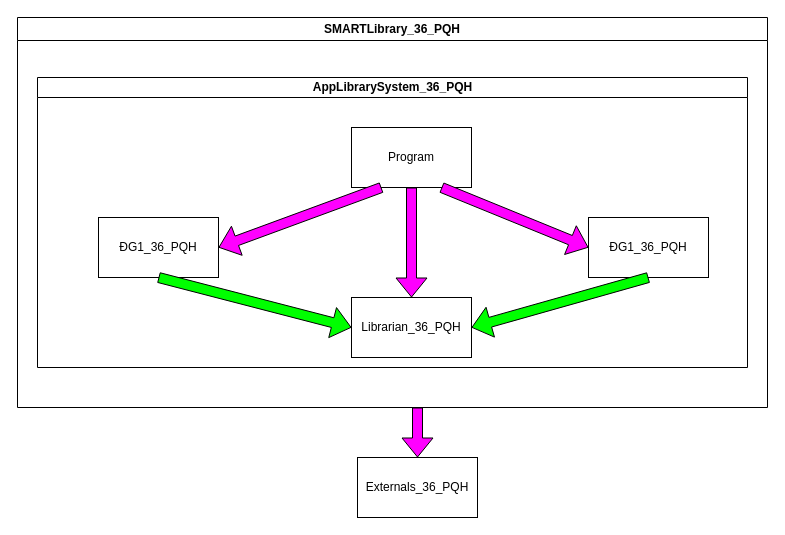
Before: Biểu đồ không có tiêu đề.drawio in phamquanghuy-1316/sortArchitech, a draw.io diagram. Source tidied: cells renumbered, new cells numbered last; positions are measured from the earlier drawing's top-left corner, leaving out a move shared by most shapes. Both pictures are drawn from the tidied source at 100%, with x=0, y=0 at pixel (17, 17).
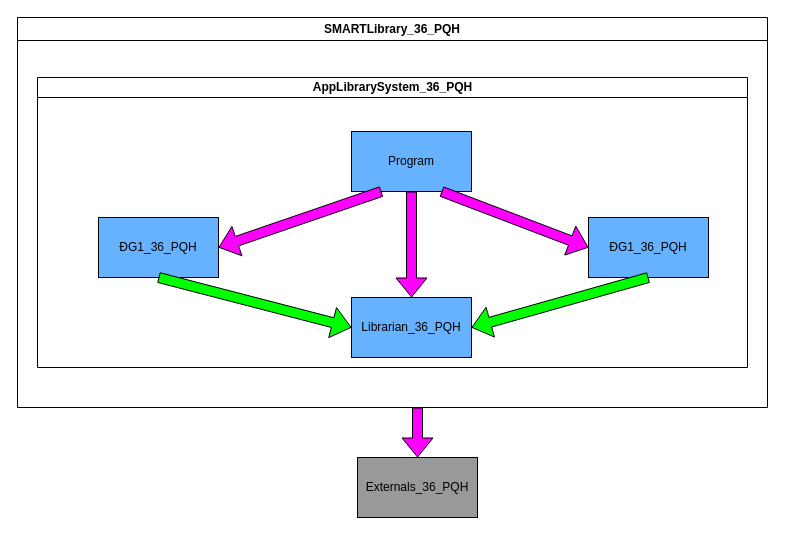
The same diagram, later.

Commit message (it also covers changes not shown here):
Cập nhật Biểu đồ không có tiêu đề.drawio

The edit, as a diff of the source:
```diff
@@
 <mxGraphModel>
   <root>
     <mxCell id="0" />
     <mxCell id="1" parent="0" />
     <mxCell id="2" value="SMARTLibrary_36_PQH" style="swimlane;whiteSpace=wrap;html=1;" parent="1" vertex="1">
       <mxGeometry width="750" height="390" as="geometry" />
     </mxCell>
     <mxCell id="3" value="AppLibrarySystem_36_PQH" style="swimlane;html=1;startSize=20;horizontal=1;containerType=tree;glass=0;" parent="2" vertex="1">
       <mxGeometry x="20" y="60" width="710" height="290" as="geometry" />
     </mxCell>
     <mxCell id="4" style="edgeStyle=orthogonalEdgeStyle;rounded=0;jettySize=auto;html=1;shape=flexArrow;fillColor=#FF00FF;" parent="3" edge="1" source="5" target="8">
       <mxGeometry relative="1" as="geometry" />
     </mxCell>
-    <mxCell id="5" value="Program" style="rounded=0;whiteSpace=wrap;html=1;" parent="3" vertex="1">
-      <mxGeometry x="314" y="50" width="120" height="60" as="geometry" />
+    <mxCell id="5" value="Program" style="rounded=0;whiteSpace=wrap;html=1;fillColor=#66B2FF;" parent="3" vertex="1">
+      <mxGeometry x="314" y="54" width="120" height="60" as="geometry" />
     </mxCell>
-    <mxCell id="6" value="ĐG1_36_PQH" style="rounded=0;whiteSpace=wrap;html=1;" parent="3" vertex="1">
+    <mxCell id="6" value="ĐG1_36_PQH" style="rounded=0;whiteSpace=wrap;html=1;fillColor=#66B2FF;" parent="3" vertex="1">
       <mxGeometry x="61" y="140" width="120" height="60" as="geometry" />
     </mxCell>
-    <mxCell id="7" value="ĐG1_36_PQH" style="rounded=0;whiteSpace=wrap;html=1;" parent="3" vertex="1">
+    <mxCell id="7" value="ĐG1_36_PQH" style="rounded=0;whiteSpace=wrap;html=1;fillColor=#66B2FF;" parent="3" vertex="1">
       <mxGeometry x="551" y="140" width="120" height="60" as="geometry" />
     </mxCell>
-    <mxCell id="8" value="Librarian_36_PQH" style="rounded=0;whiteSpace=wrap;html=1;" parent="3" vertex="1">
+    <mxCell id="8" value="Librarian_36_PQH" style="rounded=0;whiteSpace=wrap;html=1;fillColor=#66B2FF;" parent="3" vertex="1">
       <mxGeometry x="314" y="220" width="120" height="60" as="geometry" />
     </mxCell>
-    <mxCell id="9" style="endArrow=classic;html=1;rounded=0;entryX=1;entryY=0.5;entryDx=0;entryDy=0;fillColor=#FF00FF;shape=flexArrow;" parent="3" edge="1">
+    <mxCell id="9" style="endArrow=classic;html=1;rounded=0;entryX=1;entryY=0.5;entryDx=0;entryDy=0;fillColor=#FF00FF;shape=flexArrow;exitX=0.25;exitY=1;exitDx=0;exitDy=0;" parent="3" edge="1" source="5">
       <mxGeometry relative="1" as="geometry">
-        <mxPoint x="344" y="110" as="sourcePoint" />
         <mxPoint x="181" y="170" as="targetPoint" />
       </mxGeometry>
     </mxCell>
     <mxCell id="10" style="endArrow=classic;html=1;rounded=0;exitX=0.75;exitY=1;exitDx=0;exitDy=0;entryX=0;entryY=0.5;entryDx=0;entryDy=0;shape=flexArrow;fillColor=#FF00FF;" parent="3" edge="1" source="5" target="7">
       <mxGeometry relative="1" as="geometry" />
     </mxCell>
     <mxCell id="11" style="endArrow=classic;html=1;rounded=0;exitX=0.5;exitY=1;exitDx=0;exitDy=0;entryX=0;entryY=0.5;entryDx=0;entryDy=0;shape=flexArrow;fillColor=#00FF00;" parent="3" edge="1" source="6" target="8">
       <mxGeometry relative="1" as="geometry" />
     </mxCell>
     <mxCell id="12" style="endArrow=classic;html=1;rounded=0;exitX=0.5;exitY=1;exitDx=0;exitDy=0;entryX=1;entryY=0.5;entryDx=0;entryDy=0;shape=flexArrow;fillColor=#00FF00;" parent="3" edge="1" source="7" target="8">
       <mxGeometry relative="1" as="geometry" />
     </mxCell>
     <mxCell id="13" style="endArrow=classic;html=1;rounded=0;shape=flexArrow;fillColor=#FF00FF;" parent="1" edge="1" target="14">
       <mxGeometry relative="1" as="geometry">
         <mxPoint x="400" y="390" as="sourcePoint" />
       </mxGeometry>
     </mxCell>
-    <mxCell id="14" value="Externals_36_PQH" style="rounded=0;whiteSpace=wrap;html=1;" parent="1" vertex="1">
+    <mxCell id="14" value="Externals_36_PQH" style="rounded=0;whiteSpace=wrap;html=1;fillColor=#999999;" parent="1" vertex="1">
       <mxGeometry x="340" y="440" width="120" height="60" as="geometry" />
     </mxCell>
   </root>
 </mxGraphModel>
```
